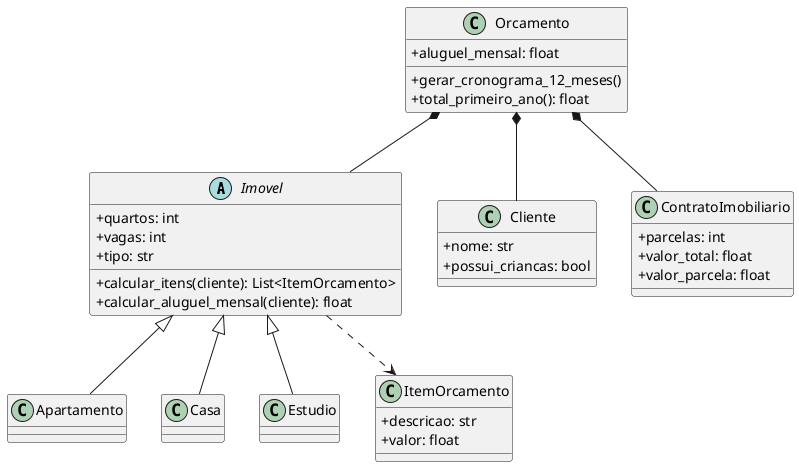
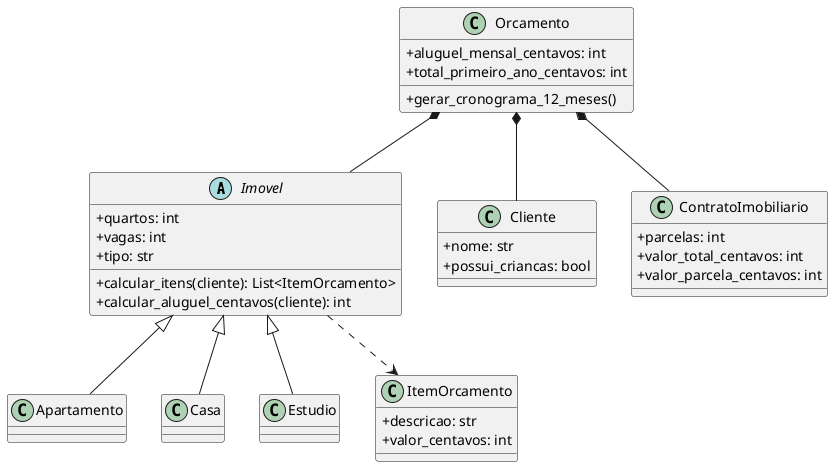
@startuml
skinparam classAttributeIconSize 0
abstract class Imovel {
  +quartos: int
  +vagas: int
  +tipo: str
  +calcular_itens(cliente): List<ItemOrcamento>
-   +calcular_aluguel_mensal(cliente): float
+   +calcular_aluguel_centavos(cliente): int
}
class Apartamento
class Casa
class Estudio
class Cliente {
  +nome: str
  +possui_criancas: bool
}
class ItemOrcamento {
  +descricao: str
-   +valor: float
+   +valor_centavos: int
}
class ContratoImobiliario {
  +parcelas: int
-   +valor_total: float
-   +valor_parcela: float
+   +valor_total_centavos: int
+   +valor_parcela_centavos: int
}
class Orcamento {
-   +aluguel_mensal: float
+   +aluguel_mensal_centavos: int
  +gerar_cronograma_12_meses()
-   +total_primeiro_ano(): float
+   +total_primeiro_ano_centavos: int
}
Imovel <|-- Apartamento
Imovel <|-- Casa
Imovel <|-- Estudio
Orcamento *-- Cliente
Orcamento *-- Imovel
Orcamento *-- ContratoImobiliario
Imovel ..> ItemOrcamento
@enduml
